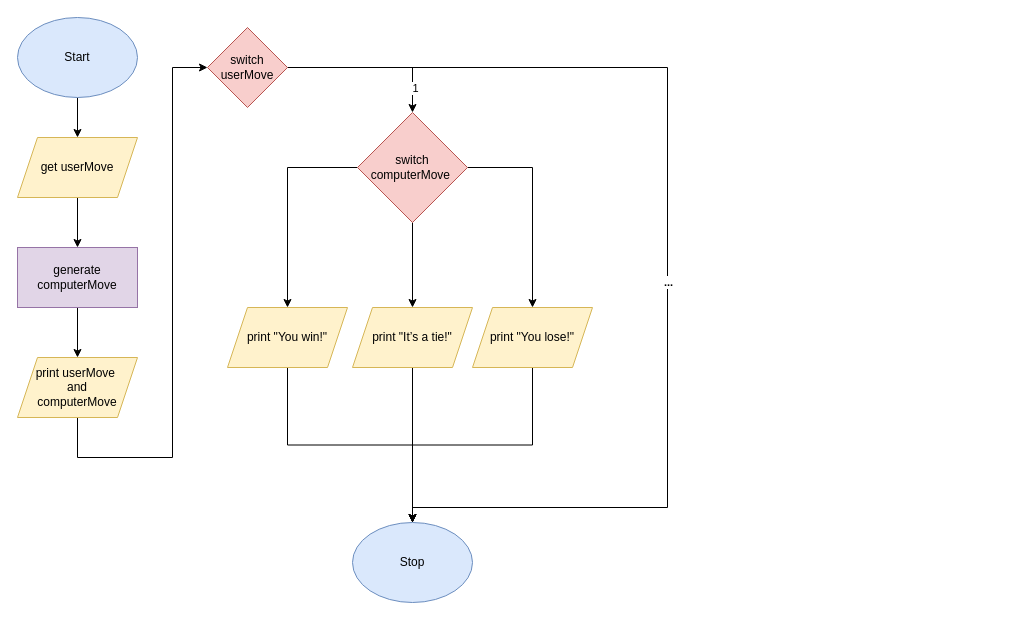
Above: .github/workflows/Design/Assignment1.drawio in dbcalitis/ics4u-assignment1-typescript (draw.io), before the change. Source tidied: cells renumbered, new cells numbered last; positions are measured from the earlier drawing's top-left corner, leaving out a move shared by most shapes. Both pictures are drawn from the tidied source at 100%, with x=0, y=0 at pixel (17, 17).
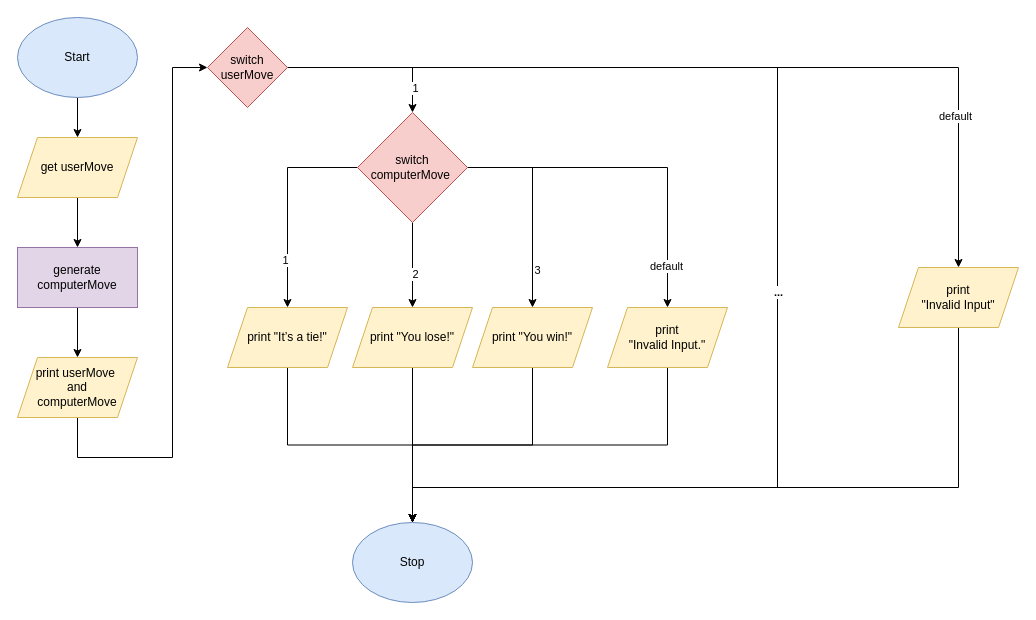
After the change.

Commit message (it also covers changes not shown here):
Updated Design Content

The change refers to these unchanged cells:
```xml
<mxCell id="4" value="Stop" style="ellipse;whiteSpace=wrap;html=1;fillColor=#dae8fc;strokeColor=#6c8ebf;" parent="1" vertex="1">
  <mxGeometry x="335" y="505" width="120" height="80" as="geometry" />
</mxCell>
<mxCell id="13" value="switch userMove" style="rhombus;whiteSpace=wrap;html=1;fillColor=#f8cecc;strokeColor=#b85450;" parent="1" vertex="1">
  <mxGeometry x="190" y="10" width="80" height="80" as="geometry" />
</mxCell>
<mxCell id="16" style="edgeStyle=orthogonalEdgeStyle;rounded=0;html=1;exitX=0;exitY=0.5;exitDx=0;exitDy=0;" parent="1" edge="1" source="19" target="21">
  <mxGeometry relative="1" as="geometry" />
</mxCell>
<mxCell id="17" style="edgeStyle=orthogonalEdgeStyle;rounded=0;html=1;exitX=0.5;exitY=1;exitDx=0;exitDy=0;" parent="1" edge="1" source="19" target="23">
  <mxGeometry relative="1" as="geometry" />
</mxCell>
<mxCell id="18" style="edgeStyle=orthogonalEdgeStyle;rounded=0;html=1;exitX=1;exitY=0.5;exitDx=0;exitDy=0;" parent="1" edge="1" source="19" target="25">
  <mxGeometry relative="1" as="geometry" />
</mxCell>
<mxCell id="19" value="switch&lt;br&gt;computerMove&amp;nbsp;" style="rhombus;whiteSpace=wrap;html=1;fillColor=#f8cecc;strokeColor=#b85450;" parent="1" vertex="1">
  <mxGeometry x="340" y="95" width="110" height="110" as="geometry" />
</mxCell>
```

Change to the diagram source:
```diff
@@
     <mxCell id="11" style="edgeStyle=orthogonalEdgeStyle;rounded=0;html=1;exitX=1;exitY=0.5;exitDx=0;exitDy=0;entryX=0.5;entryY=0;entryDx=0;entryDy=0;" parent="1" edge="1" source="13" target="4">
       <mxGeometry relative="1" as="geometry">
         <Array as="points">
-          <mxPoint x="650" y="50" />
-          <mxPoint x="650" y="490" />
-          <mxPoint x="395" y="490" />
+          <mxPoint x="760" y="50" />
+          <mxPoint x="760" y="470" />
+          <mxPoint x="395" y="470" />
         </Array>
       </mxGeometry>
     </mxCell>
@@
+    <mxCell id="26" style="edgeStyle=orthogonalEdgeStyle;rounded=0;html=1;exitX=1;exitY=0.5;exitDx=0;exitDy=0;entryX=0.5;entryY=0;entryDx=0;entryDy=0;" parent="1" edge="1" source="13" target="34">
+      <mxGeometry relative="1" as="geometry" />
+    </mxCell>
+    <mxCell id="27" value="default" style="edgeLabel;html=1;align=center;verticalAlign=middle;" parent="26" vertex="1">
+      <mxGeometry x="0.65" y="-4" relative="1" as="geometry" />
+    </mxCell>
@@
+    <mxCell id="28" value="1" style="edgeLabel;html=1;align=center;verticalAlign=middle;" parent="16" vertex="1">
+      <mxGeometry x="0.54" y="-3" relative="1" as="geometry" />
+    </mxCell>
@@
+    <mxCell id="29" value="2" style="edgeLabel;html=1;align=center;verticalAlign=middle;" parent="17" vertex="1">
+      <mxGeometry x="0.2" y="2" relative="1" as="geometry" />
+    </mxCell>
@@
+    <mxCell id="30" value="3" style="edgeLabel;html=1;align=center;verticalAlign=middle;" parent="18" vertex="1">
+      <mxGeometry x="0.63" y="4" relative="1" as="geometry" />
+    </mxCell>
+    <mxCell id="31" style="edgeStyle=orthogonalEdgeStyle;rounded=0;html=1;exitX=1;exitY=0.5;exitDx=0;exitDy=0;" parent="1" edge="1" source="19" target="36">
+      <mxGeometry relative="1" as="geometry" />
+    </mxCell>
+    <mxCell id="32" value="default" style="edgeLabel;html=1;align=center;verticalAlign=middle;" parent="31" vertex="1">
+      <mxGeometry x="0.75" y="-2" relative="1" as="geometry" />
+    </mxCell>
@@
-    <mxCell id="21" value="print &quot;You win!&quot;" style="shape=parallelogram;perimeter=parallelogramPerimeter;whiteSpace=wrap;html=1;fixedSize=1;fillColor=#fff2cc;strokeColor=#d6b656;" parent="1" vertex="1">
+    <mxCell id="21" value="print &quot;It’s a tie!&quot;" style="shape=parallelogram;perimeter=parallelogramPerimeter;whiteSpace=wrap;html=1;fixedSize=1;fillColor=#fff2cc;strokeColor=#d6b656;" parent="1" vertex="1">
       <mxGeometry x="210" y="290" width="120" height="60" as="geometry" />
     </mxCell>
@@
-    <mxCell id="23" value="print &quot;It’s a tie!&quot;" style="shape=parallelogram;perimeter=parallelogramPerimeter;whiteSpace=wrap;html=1;fixedSize=1;fillColor=#fff2cc;strokeColor=#d6b656;" parent="1" vertex="1">
+    <mxCell id="23" value="print &quot;You lose!&quot;" style="shape=parallelogram;perimeter=parallelogramPerimeter;whiteSpace=wrap;html=1;fixedSize=1;fillColor=#fff2cc;strokeColor=#d6b656;" parent="1" vertex="1">
       <mxGeometry x="335" y="290" width="120" height="60" as="geometry" />
     </mxCell>
@@
-    <mxCell id="25" value="print &quot;You lose!&quot;" style="shape=parallelogram;perimeter=parallelogramPerimeter;whiteSpace=wrap;html=1;fixedSize=1;fillColor=#fff2cc;strokeColor=#d6b656;" parent="1" vertex="1">
+    <mxCell id="25" value="print &quot;You win!&quot;" style="shape=parallelogram;perimeter=parallelogramPerimeter;whiteSpace=wrap;html=1;fixedSize=1;fillColor=#fff2cc;strokeColor=#d6b656;" parent="1" vertex="1">
       <mxGeometry x="455" y="290" width="120" height="60" as="geometry" />
     </mxCell>
+    <mxCell id="33" style="edgeStyle=orthogonalEdgeStyle;rounded=0;html=1;exitX=0.5;exitY=1;exitDx=0;exitDy=0;entryX=0.5;entryY=0;entryDx=0;entryDy=0;" parent="1" edge="1" source="34" target="4">
+      <mxGeometry relative="1" as="geometry">
+        <Array as="points">
+          <mxPoint x="941" y="470" />
+          <mxPoint x="395" y="470" />
+        </Array>
+      </mxGeometry>
+    </mxCell>
+    <mxCell id="34" value="print &lt;br&gt;&quot;Invalid Input&quot;" style="shape=parallelogram;perimeter=parallelogramPerimeter;whiteSpace=wrap;html=1;fixedSize=1;fillColor=#fff2cc;strokeColor=#d6b656;" parent="1" vertex="1">
+      <mxGeometry x="881" y="250" width="120" height="60" as="geometry" />
+    </mxCell>
+    <mxCell id="35" style="edgeStyle=orthogonalEdgeStyle;rounded=0;html=1;exitX=0.5;exitY=1;exitDx=0;exitDy=0;entryX=0.5;entryY=0;entryDx=0;entryDy=0;" parent="1" edge="1" source="36" target="4">
+      <mxGeometry relative="1" as="geometry" />
+    </mxCell>
+    <mxCell id="36" value="print &lt;br&gt;&quot;Invalid Input.&quot;" style="shape=parallelogram;perimeter=parallelogramPerimeter;whiteSpace=wrap;html=1;fixedSize=1;fillColor=#fff2cc;strokeColor=#d6b656;" parent="1" vertex="1">
+      <mxGeometry x="590" y="290" width="120" height="60" as="geometry" />
+    </mxCell>
```
